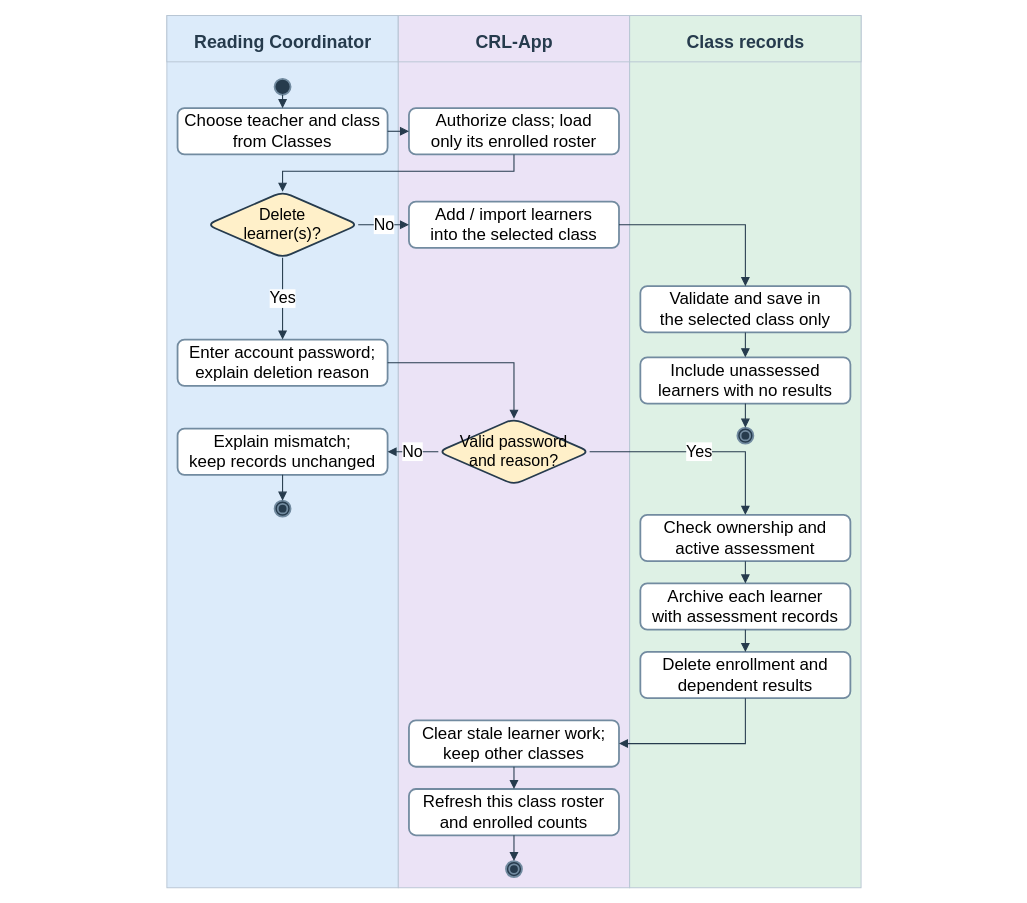
Earlier version of the draw.io diagram docs/diagrams/class-workspaces/figure-15b-learner-management.drawio (AkuSayangKamuJudaSayang/crl-app). Source tidied: cells renumbered, new cells numbered last; positions are measured from the earlier drawing's top-left corner, leaving out a move shared by most shapes. Both pictures are drawn from the tidied source at 89%, with x=0, y=0 at pixel (15, 15).
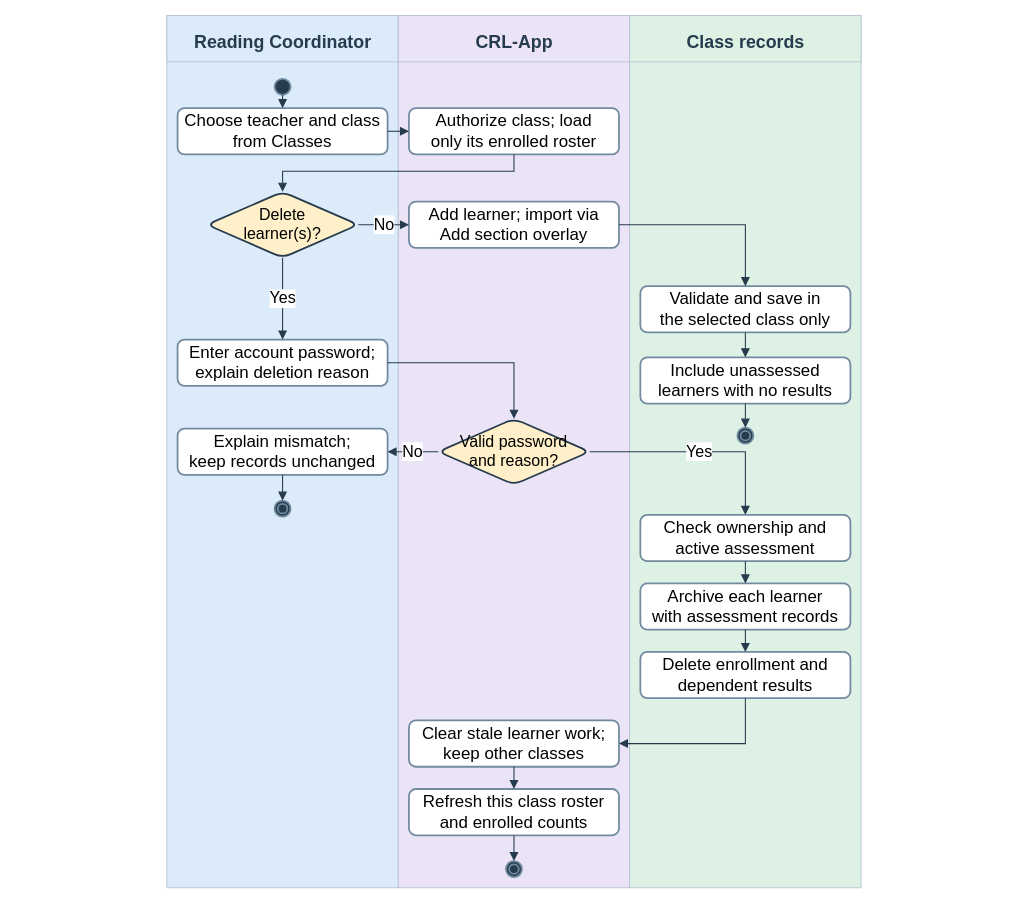
After the change.

The edit, as a diff of the source:
```diff
@@
-    <mxCell id="15" value="Add / import learners&lt;br&gt;into the selected class" style="rounded=1;whiteSpace=wrap;html=1;fontFamily=Arial;fillColor=#ffffff;strokeColor=#728ba0;strokeWidth=2;fontSize=19;" parent="1" vertex="1">
+    <mxCell id="15" value="Add learner; import via&lt;br&gt;Add section overlay" style="rounded=1;whiteSpace=wrap;html=1;fontFamily=Arial;fillColor=#ffffff;strokeColor=#728ba0;strokeWidth=2;fontSize=19;" parent="1" vertex="1">
       <mxGeometry x="442" y="209" width="236" height="52" as="geometry" />
     </mxCell>
```
